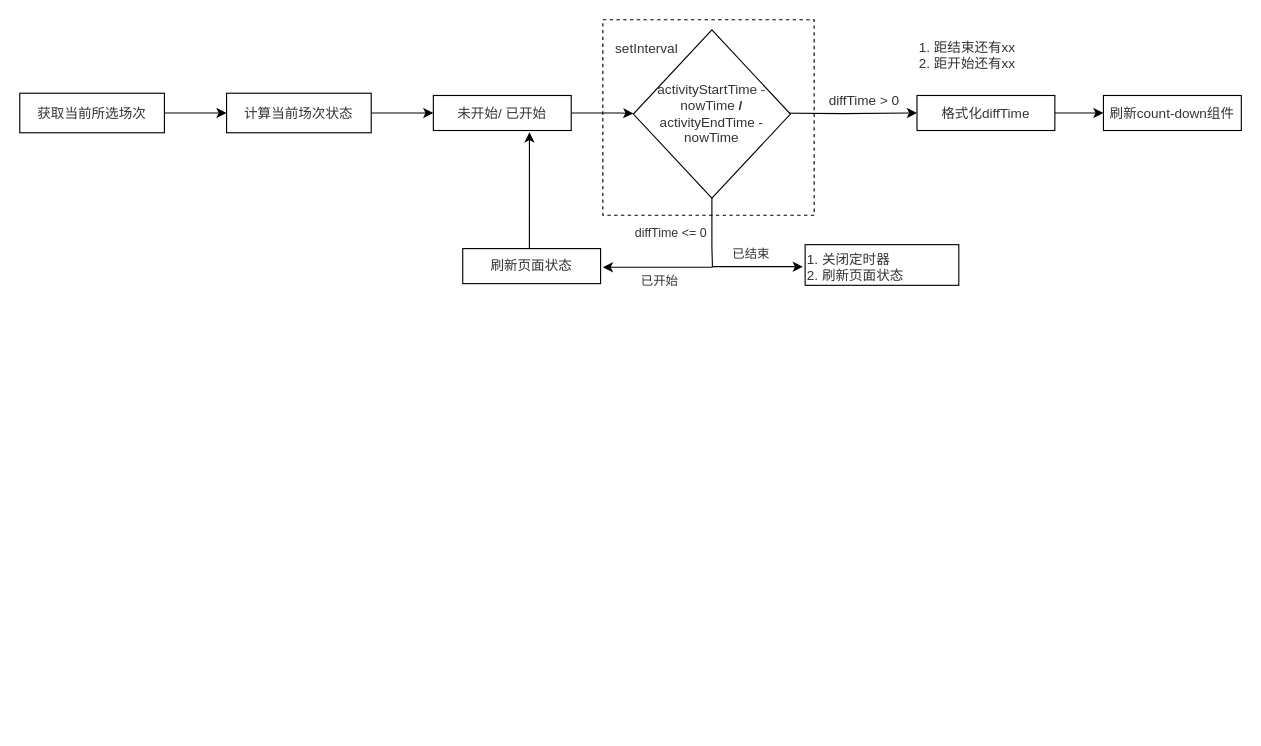
Before: 未命名绘图.drawio in wuhaiyang/work, a draw.io diagram. Source tidied: cells renumbered, new cells numbered last; positions are measured from the earlier drawing's top-left corner, leaving out a move shared by most shapes. Both pictures are drawn from the tidied source at 113%, with x=0, y=0 at pixel (19, 19).
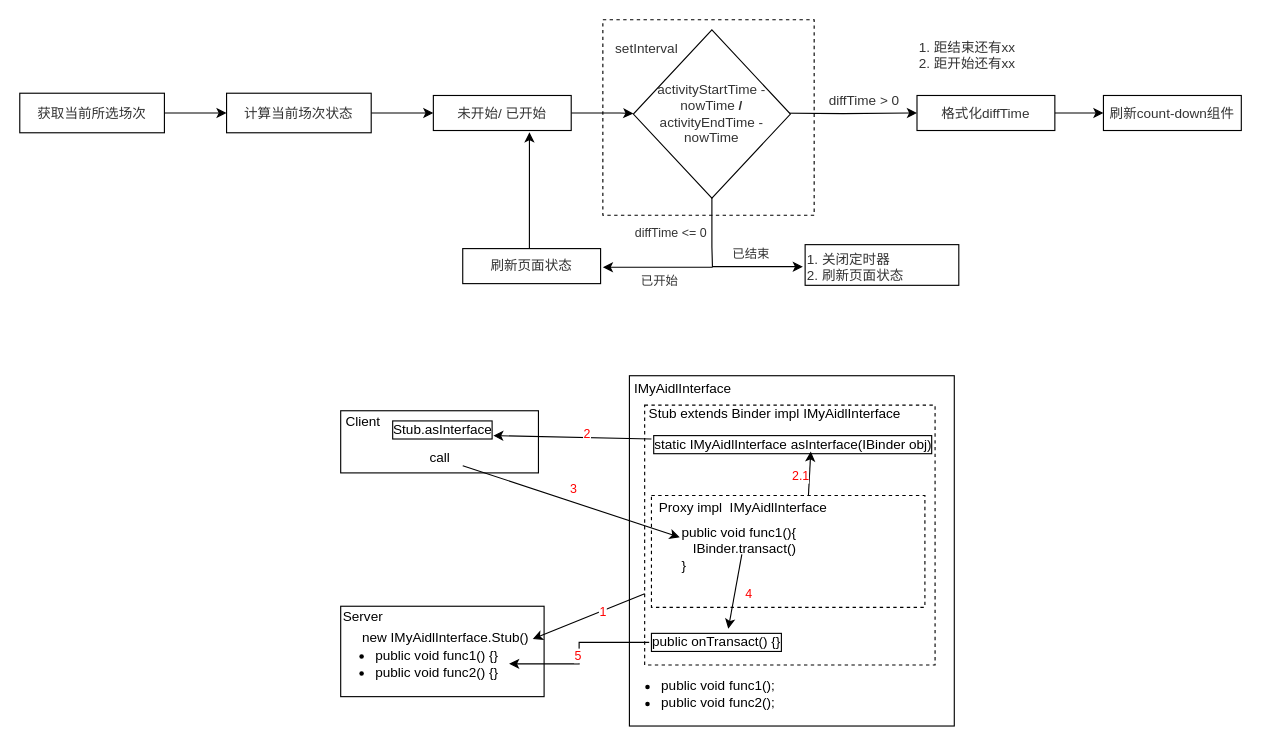
Above is the later version.

Commit message:
Update 未命名绘图.drawio

What changed in the source:
```diff
@@
+    <mxCell id="26" style="rounded=0;whiteSpace=wrap;html=1;" parent="1" vertex="1">
+      <mxGeometry x="284" y="346" width="175" height="55" as="geometry" />
+    </mxCell>
+    <mxCell id="27" style="rounded=0;whiteSpace=wrap;html=1;" parent="1" vertex="1">
+      <mxGeometry x="539.5" y="315" width="287.5" height="310" as="geometry" />
+    </mxCell>
+    <mxCell id="28" style="rounded=0;whiteSpace=wrap;html=1;" parent="1" vertex="1">
+      <mxGeometry x="284" y="519" width="180" height="80" as="geometry" />
+    </mxCell>
+    <mxCell id="29" style="rounded=0;whiteSpace=wrap;html=1;dashed=1;" parent="1" vertex="1">
+      <mxGeometry x="553" y="341" width="257" height="230" as="geometry" />
+    </mxCell>
+    <mxCell id="30" value="&lt;div&gt;&lt;ul&gt;&lt;li&gt;&lt;span&gt;public void func1();&lt;/span&gt;&lt;/li&gt;&lt;li&gt;&lt;span&gt;public void func2();&lt;/span&gt;&lt;/li&gt;&lt;/ul&gt;&lt;/div&gt;" style="text;html=1;strokeColor=none;fillColor=none;align=left;verticalAlign=middle;whiteSpace=wrap;rounded=0;dashed=1;" parent="1" vertex="1">
+      <mxGeometry x="526" y="583.5" width="215" height="27" as="geometry" />
+    </mxCell>
+    <mxCell id="31" value="Stub extends Binder impl IMyAidlInterface" style="text;html=1;strokeColor=none;fillColor=none;align=left;verticalAlign=middle;whiteSpace=wrap;rounded=0;dashed=1;" parent="1" vertex="1">
+      <mxGeometry x="555" y="339" width="279" height="20" as="geometry" />
+    </mxCell>
+    <mxCell id="32" value="IMyAidlInterface" style="text;html=1;strokeColor=none;fillColor=none;align=center;verticalAlign=middle;whiteSpace=wrap;rounded=0;dashed=1;" parent="1" vertex="1">
+      <mxGeometry x="567" y="317" width="40" height="20" as="geometry" />
+    </mxCell>
+    <mxCell id="33" value="static IMyAidlInterface asInterface(IBinder obj)" style="text;html=1;align=left;verticalAlign=middle;whiteSpace=wrap;rounded=0;shadow=0;labelBorderColor=#000000;dashed=1;labelBackgroundColor=none;" parent="1" vertex="1">
+      <mxGeometry x="559" y="366" width="284" height="20" as="geometry" />
+    </mxCell>
+    <mxCell id="34" style="endArrow=none;html=1;exitX=0.958;exitY=0.575;exitDx=0;exitDy=0;startArrow=classic;startFill=1;endFill=0;exitPerimeter=0;" parent="1" edge="1" source="36" target="29">
+      <mxGeometry relative="1" as="geometry" />
+    </mxCell>
+    <mxCell id="35" value="&lt;font color=&quot;#ff0000&quot;&gt;1&lt;/font&gt;" style="edgeLabel;html=1;align=center;verticalAlign=middle;" parent="34" vertex="1">
+      <mxGeometry x="0.23" relative="1" as="geometry" />
+    </mxCell>
+    <mxCell id="36" value="new IMyAidlInterface.Stub()" style="text;html=1;strokeColor=none;fillColor=none;align=center;verticalAlign=middle;whiteSpace=wrap;rounded=0;shadow=0;dashed=1;labelBackgroundColor=none;" parent="1" vertex="1">
+      <mxGeometry x="293" y="536.5" width="168" height="20" as="geometry" />
+    </mxCell>
+    <mxCell id="37" style="rounded=0;whiteSpace=wrap;html=1;dashed=1;" parent="1" vertex="1">
+      <mxGeometry x="559" y="421" width="242" height="99" as="geometry" />
+    </mxCell>
+    <mxCell id="38" value="Proxy impl&amp;nbsp; IMyAidlInterface" style="text;html=1;strokeColor=none;fillColor=none;align=left;verticalAlign=middle;whiteSpace=wrap;rounded=0;dashed=1;" parent="1" vertex="1">
+      <mxGeometry x="564" y="422" width="279" height="20" as="geometry" />
+    </mxCell>
+    <mxCell id="39" value="public void func1(){&lt;br&gt;&amp;nbsp; &amp;nbsp;IBinder.transact()&lt;br&gt;}" style="text;html=1;strokeColor=none;fillColor=none;align=left;verticalAlign=middle;whiteSpace=wrap;rounded=0;shadow=0;dashed=1;labelBackgroundColor=none;" parent="1" vertex="1">
+      <mxGeometry x="584" y="458" width="137" height="20" as="geometry" />
+    </mxCell>
+    <mxCell id="40" value="Client" style="text;html=1;strokeColor=none;fillColor=none;align=center;verticalAlign=middle;whiteSpace=wrap;rounded=0;shadow=0;dashed=1;labelBackgroundColor=none;" parent="1" vertex="1">
+      <mxGeometry x="284" y="346" width="40" height="20" as="geometry" />
+    </mxCell>
+    <mxCell id="41" value="Stub.asInterface" style="text;html=1;strokeColor=none;fillColor=none;align=center;verticalAlign=middle;whiteSpace=wrap;rounded=0;shadow=0;dashed=1;labelBackgroundColor=none;labelBorderColor=#000000;" parent="1" vertex="1">
+      <mxGeometry x="339" y="353" width="71" height="20" as="geometry" />
+    </mxCell>
+    <mxCell id="42" style="endArrow=classic;html=1;exitX=0;exitY=0.25;exitDx=0;exitDy=0;" parent="1" edge="1" source="33">
+      <mxGeometry relative="1" as="geometry">
+        <mxPoint x="419" y="368" as="targetPoint" />
+      </mxGeometry>
+    </mxCell>
+    <mxCell id="43" value="&lt;font color=&quot;#ff0000&quot;&gt;2&lt;/font&gt;" style="edgeLabel;html=1;align=center;verticalAlign=middle;" parent="42" vertex="1">
+      <mxGeometry x="-0.17" y="-3" relative="1" as="geometry" />
+    </mxCell>
+    <mxCell id="44" style="endArrow=classic;html=1;exitX=0.48;exitY=-0.05;exitDx=0;exitDy=0;exitPerimeter=0;" parent="1" edge="1" source="38">
+      <mxGeometry relative="1" as="geometry">
+        <mxPoint x="700" y="382" as="targetPoint" />
+      </mxGeometry>
+    </mxCell>
+    <mxCell id="45" value="&lt;font color=&quot;#ff0000&quot;&gt;2.1&lt;/font&gt;" style="edgeLabel;html=1;align=center;verticalAlign=middle;" parent="44" vertex="1">
+      <mxGeometry x="-0.13" y="2" relative="1" as="geometry">
+        <mxPoint x="-6.8" as="offset" />
+      </mxGeometry>
+    </mxCell>
+    <mxCell id="46" value="call" style="text;html=1;strokeColor=none;fillColor=none;align=center;verticalAlign=middle;whiteSpace=wrap;rounded=0;shadow=0;dashed=1;labelBackgroundColor=none;" parent="1" vertex="1">
+      <mxGeometry x="352" y="378" width="40" height="20" as="geometry" />
+    </mxCell>
+    <mxCell id="47" value="&lt;font color=&quot;#ff0000&quot;&gt;3&lt;/font&gt;" style="endArrow=classic;html=1;entryX=0;entryY=0;entryDx=0;entryDy=0;" parent="1" edge="1" source="46" target="39">
+      <mxGeometry x="-0.02" y="11" relative="1" as="geometry">
+        <mxPoint x="1" as="offset" />
+      </mxGeometry>
+    </mxCell>
+    <mxCell id="48" style="edgeStyle=orthogonalEdgeStyle;rounded=0;jettySize=auto;html=1;startArrow=none;startFill=0;endArrow=classic;endFill=1;" parent="1" edge="1" source="50" target="52">
+      <mxGeometry relative="1" as="geometry" />
+    </mxCell>
+    <mxCell id="49" value="&lt;font color=&quot;#ff0000&quot;&gt;5&lt;/font&gt;" style="edgeLabel;html=1;align=center;verticalAlign=middle;" parent="48" vertex="1">
+      <mxGeometry x="0.02" y="-2" relative="1" as="geometry" />
+    </mxCell>
+    <mxCell id="50" value="public onTransact() {}" style="text;html=1;align=left;verticalAlign=middle;whiteSpace=wrap;rounded=0;shadow=0;labelBorderColor=#000000;dashed=1;labelBackgroundColor=none;" parent="1" vertex="1">
+      <mxGeometry x="557" y="539" width="284" height="24" as="geometry" />
+    </mxCell>
+    <mxCell id="51" value="Server" style="text;html=1;strokeColor=none;fillColor=none;align=center;verticalAlign=middle;whiteSpace=wrap;rounded=0;shadow=0;dashed=1;labelBackgroundColor=none;" parent="1" vertex="1">
+      <mxGeometry x="284" y="519" width="40" height="20" as="geometry" />
+    </mxCell>
+    <mxCell id="52" value="&lt;div&gt;&lt;ul&gt;&lt;li&gt;&lt;span&gt;public void func1() {}&lt;/span&gt;&lt;/li&gt;&lt;li&gt;&lt;span&gt;public void func2() {}&lt;/span&gt;&lt;/li&gt;&lt;/ul&gt;&lt;/div&gt;" style="text;html=1;strokeColor=none;fillColor=none;align=left;verticalAlign=middle;whiteSpace=wrap;rounded=0;dashed=1;" parent="1" vertex="1">
+      <mxGeometry x="273" y="556.5" width="160" height="27" as="geometry" />
+    </mxCell>
+    <mxCell id="53" value="&lt;font color=&quot;#ff0000&quot;&gt;4&lt;/font&gt;" style="endArrow=classic;html=1;" parent="1" edge="1">
+      <mxGeometry x="-0.02" y="11" relative="1" as="geometry">
+        <mxPoint x="639" y="473.1" as="sourcePoint" />
+        <mxPoint x="627" y="539" as="targetPoint" />
+        <mxPoint x="1" as="offset" />
+      </mxGeometry>
+    </mxCell>
```
